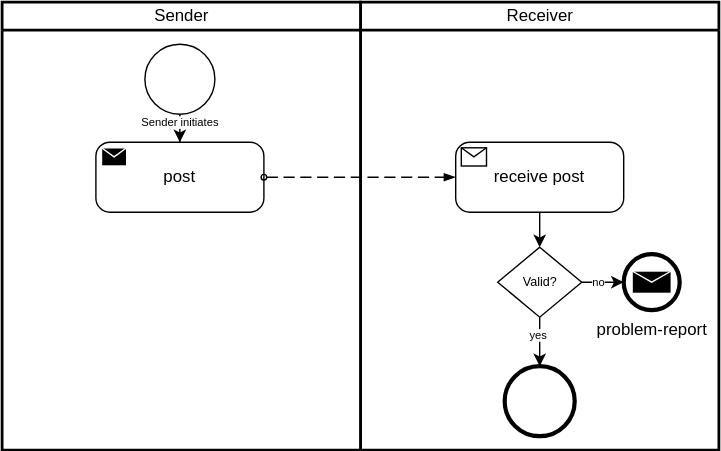
iotaledger/identity.rs keeps this draw.io diagram as documentation/static/img/didcomm/post.drawio.svg. Above is the earlier version. Source tidied: cells renumbered, new cells last; positions are measured from the earlier drawing's top-left corner, leaving out a move shared by most shapes.
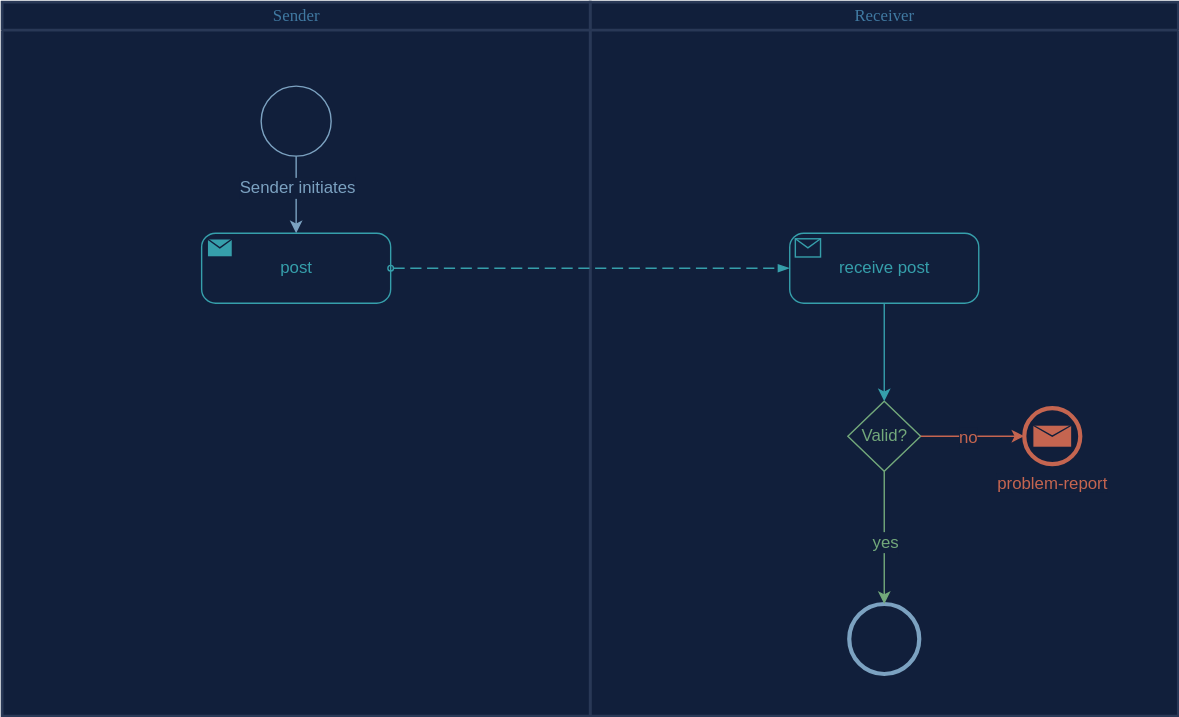
The same diagram one commit later.

Change to the diagram source:
```diff
@@ -2,69 +2,104 @@
   <root>
     <mxCell id="0" />
     <mxCell id="1" parent="0" />
+    <mxCell id="17" style="dashed=1;dashPattern=8 4;endArrow=blockThin;endFill=1;startArrow=oval;startFill=0;endSize=6;startSize=4;entryX=0;entryY=0.5;entryDx=0;entryDy=0;entryPerimeter=0;exitX=1;exitY=0.5;exitDx=0;exitDy=0;exitPerimeter=0;" parent="1" edge="1" target="x">
+      <mxGeometry relative="1" as="geometry">
+        <mxPoint x="187" y="125" as="sourcePoint" />
+      </mxGeometry>
+    </mxCell>
-    <mxCell id="2" value="Receiver" style="swimlane;html=1;startSize=20;fontStyle=0;horizontal=1;swimlaneLine=1;strokeWidth=2;swimlaneFillColor=#ffffff;" parent="1" vertex="1">
-      <mxGeometry x="256" width="256" height="320" as="geometry" />
+    <mxCell id="2" value="Receiver" style="swimlane;html=1;startSize=20;fontStyle=0;horizontal=1;swimlaneLine=1;strokeWidth=2;swimlaneFillColor=#111F3B;fillColor=#111F3B;strokeColor=#293856;fontColor=#4079A1;fontFamily=Tahoma;" parent="1" vertex="1">
+      <mxGeometry x="-464" width="420" height="510" as="geometry" />
     </mxCell>
-    <mxCell id="3" style="edgeStyle=orthogonalEdgeStyle;rounded=0;jettySize=auto;html=1;" parent="2" edge="1" source="4" target="7">
-      <mxGeometry relative="1" as="geometry">
-        <Array as="points">
-          <mxPoint x="128" y="160" />
-          <mxPoint x="128" y="160" />
-        </Array>
-      </mxGeometry>
-    </mxCell>
+    <mxCell id="18" style="edgeStyle=orthogonalEdgeStyle;rounded=0;orthogonalLoop=1;jettySize=auto;html=1;fontSize=8;entryX=0.5;entryY=0;entryDx=0;entryDy=0;entryPerimeter=0;strokeColor=#369FAB;" parent="2" edge="1">
+      <mxGeometry relative="1" as="geometry">
+        <mxPoint x="210.5" y="421.4" as="sourcePoint" />
+      </mxGeometry>
+    </mxCell>
+    <mxCell id="19" style="edgeStyle=orthogonalEdgeStyle;rounded=0;orthogonalLoop=1;jettySize=auto;html=1;exitX=0.5;exitY=1;exitDx=0;exitDy=0;exitPerimeter=0;strokeColor=#73A97B;" parent="2" edge="1">
+      <mxGeometry relative="1" as="geometry">
+        <mxPoint x="210.5" y="570" as="sourcePoint" />
+      </mxGeometry>
+    </mxCell>
+    <mxCell id="20" value="yes" style="edgeLabel;html=1;align=center;verticalAlign=middle;fontSize=12;fontColor=#73A97B;labelBackgroundColor=#111F3B;fontFamily=Tahoma;" parent="19" vertex="1">
+      <mxGeometry x="0.51" relative="1" as="geometry">
+        <mxPoint y="-17" as="offset" />
+      </mxGeometry>
+    </mxCell>
+    <mxCell id="21" style="points=[[0.145,0.145,0],[0.5,0,0],[0.855,0.145,0],[1,0.5,0],[0.855,0.855,0],[0.5,1,0],[0.145,0.855,0],[0,0.5,0]];shape=mxgraph.bpmn.event;html=1;verticalLabelPosition=bottom;labelBackgroundColor=#ffffff;verticalAlign=top;align=center;perimeter=ellipsePerimeter;outlineConnect=0;outline=end;symbol=terminate2;strokeColor=#7CA2C1;fillColor=#111F3B;fontFamily=Helvetica;" parent="2" vertex="1">
+      <mxGeometry x="185" y="429.8" width="50" height="50" as="geometry" />
+    </mxCell>
-    <mxCell id="4" value="receive post" style="points=[[0.25,0,0],[0.5,0,0],[0.75,0,0],[1,0.25,0],[1,0.5,0],[1,0.75,0],[0.75,1,0],[0.5,1,0],[0.25,1,0],[0,0.75,0],[0,0.5,0],[0,0.25,0]];shape=mxgraph.bpmn.task;whiteSpace=wrap;rectStyle=rounded;size=10;taskMarker=receive;" parent="2" vertex="1">
-      <mxGeometry x="68" y="100" width="120" height="50" as="geometry" />
+    <mxCell id="4" value="receive post" style="points=[[0.25,0,0],[0.5,0,0],[0.75,0,0],[1,0.25,0],[1,0.5,0],[1,0.75,0],[0.75,1,0],[0.5,1,0],[0.25,1,0],[0,0.75,0],[0,0.5,0],[0,0.25,0]];shape=mxgraph.bpmn.task;whiteSpace=wrap;rectStyle=rounded;size=10;taskMarker=receive;strokeColor=#369FAB;fillColor=#111F3B;fontColor=#369FAB;fontFamily=Helvetica;" parent="2" vertex="1">
+      <mxGeometry x="142.5" y="165" width="135" height="50" as="geometry" />
     </mxCell>
-    <mxCell id="5" style="edgeStyle=orthogonalEdgeStyle;rounded=0;jettySize=auto;html=1;fontSize=8;exitX=0.5;exitY=1;exitDx=0;exitDy=0;exitPerimeter=0;entryX=0.5;entryY=0;entryDx=0;entryDy=0;entryPerimeter=0;" parent="2" edge="1" source="7" target="8">
-      <mxGeometry relative="1" as="geometry" />
-    </mxCell>
-    <mxCell id="6" value="yes&amp;nbsp;" style="edgeLabel;html=1;align=center;verticalAlign=middle;fontSize=8;" parent="5" vertex="1">
-      <mxGeometry x="0.15" y="-1" relative="1" as="geometry">
-        <mxPoint x="1" y="-7" as="offset" />
-      </mxGeometry>
-    </mxCell>
+    <mxCell id="11" value="problem-report" style="points=[[0.145,0.145,0],[0.5,0,0],[0.855,0.145,0],[1,0.5,0],[0.855,0.855,0],[0.5,1,0],[0.145,0.855,0],[0,0.5,0]];shape=mxgraph.bpmn.event;html=1;verticalLabelPosition=bottom;labelBackgroundColor=#111F3B;verticalAlign=top;align=center;perimeter=ellipsePerimeter;outlineConnect=0;outline=end;symbol=message;fillColor=#111F3B;strokeColor=#C56550;fontColor=#C56550;fontFamily=Helvetica;" parent="2" vertex="1">
+      <mxGeometry x="310" y="290" width="40" height="40" as="geometry" />
+    </mxCell>
-    <mxCell id="7" value="Valid?" style="points=[[0.25,0.25,0],[0.5,0,0],[0.75,0.25,0],[1,0.5,0],[0.75,0.75,0],[0.5,1,0],[0.25,0.75,0],[0,0.5,0]];shape=mxgraph.bpmn.gateway2;html=1;verticalLabelPosition=middle;labelBackgroundColor=#ffffff;verticalAlign=middle;align=center;perimeter=rhombusPerimeter;outlineConnect=0;outline=none;symbol=none;fillColor=#ffffff;labelPosition=center;fontSize=9;" parent="2" vertex="1">
-      <mxGeometry x="98" y="175" width="60" height="50" as="geometry" />
+    <mxCell id="7" value="&lt;font style=&quot;font-size: 12px;&quot;&gt;Valid?&lt;/font&gt;" style="points=[[0.25,0.25,0],[0.5,0,0],[0.75,0.25,0],[1,0.5,0],[0.75,0.75,0],[0.5,1,0],[0.25,0.75,0],[0,0.5,0]];shape=mxgraph.bpmn.gateway2;html=1;verticalLabelPosition=middle;labelBackgroundColor=#111F3B;verticalAlign=middle;align=center;perimeter=rhombusPerimeter;outlineConnect=0;outline=none;symbol=none;fillColor=#111F3B;labelPosition=center;fontSize=9;strokeColor=#73A97B;fontColor=#73A97B;fontFamily=Helvetica;" parent="2" vertex="1">
+      <mxGeometry x="184" y="285" width="52" height="50" as="geometry" />
     </mxCell>
-    <mxCell id="8" style="points=[[0.145,0.145,0],[0.5,0,0],[0.855,0.145,0],[1,0.5,0],[0.855,0.855,0],[0.5,1,0],[0.145,0.855,0],[0,0.5,0]];shape=mxgraph.bpmn.event;html=1;verticalLabelPosition=bottom;labelBackgroundColor=#ffffff;verticalAlign=top;align=center;perimeter=ellipsePerimeter;outlineConnect=0;outline=end;symbol=terminate2;" parent="2" vertex="1">
-      <mxGeometry x="103" y="260" width="50" height="50" as="geometry" />
-    </mxCell>
+    <mxCell id="22" style="edgeStyle=orthogonalEdgeStyle;rounded=0;jettySize=auto;html=1;strokeColor=#73A97B;entryX=0.5;entryY=0;entryDx=0;entryDy=0;entryPerimeter=0;fontFamily=Helvetica;fontSize=12;exitX=0.5;exitY=1;exitDx=0;exitDy=0;exitPerimeter=0;" parent="2" edge="1" source="7" target="21">
+      <mxGeometry relative="1" as="geometry" />
+    </mxCell>
+    <mxCell id="23" value="yes" style="edgeLabel;html=1;align=center;verticalAlign=middle;fontSize=12;fontColor=#73A97B;labelBackgroundColor=#111F3B;fontFamily=Helvetica;" parent="22" vertex="1">
+      <mxGeometry x="0.49" y="1" relative="1" as="geometry">
+        <mxPoint x="-1" y="-21" as="offset" />
+      </mxGeometry>
+    </mxCell>
-    <mxCell id="9" style="edgeStyle=orthogonalEdgeStyle;rounded=0;jettySize=auto;html=1;entryX=0;entryY=0.5;entryDx=0;entryDy=0;entryPerimeter=0;exitX=1;exitY=0.5;exitDx=0;exitDy=0;exitPerimeter=0;" parent="2" edge="1" source="7" target="11">
+    <mxCell id="9" style="edgeStyle=orthogonalEdgeStyle;rounded=0;jettySize=auto;html=1;entryX=0;entryY=0.5;entryDx=0;entryDy=0;entryPerimeter=0;exitX=1;exitY=0.5;exitDx=0;exitDy=0;exitPerimeter=0;fontColor=#C56550;strokeColor=#C56550;fontFamily=Helvetica;fontSize=12;" parent="2" edge="1" source="7" target="11">
       <mxGeometry relative="1" as="geometry">
         <Array as="points">
-          <mxPoint x="170" y="200" />
-          <mxPoint x="170" y="200" />
+          <mxPoint x="290" y="310" />
+          <mxPoint x="290" y="310" />
         </Array>
       </mxGeometry>
     </mxCell>
-    <mxCell id="10" value="no" style="edgeLabel;html=1;align=center;verticalAlign=middle;fontSize=8;" parent="9" vertex="1">
-      <mxGeometry x="-0.93" y="2" relative="1" as="geometry">
-        <mxPoint x="11" y="2" as="offset" />
+    <mxCell id="10" value="no" style="edgeLabel;html=1;align=center;verticalAlign=middle;fontSize=12;labelBackgroundColor=#111F3B;fontColor=#C56550;fontFamily=Helvetica;" parent="9" vertex="1">
+      <mxGeometry x="-0.75" relative="1" as="geometry">
+        <mxPoint x="24" as="offset" />
       </mxGeometry>
     </mxCell>
-    <mxCell id="11" value="problem-report" style="points=[[0.145,0.145,0],[0.5,0,0],[0.855,0.145,0],[1,0.5,0],[0.855,0.855,0],[0.5,1,0],[0.145,0.855,0],[0,0.5,0]];shape=mxgraph.bpmn.event;html=1;verticalLabelPosition=bottom;labelBackgroundColor=#ffffff;verticalAlign=top;align=center;perimeter=ellipsePerimeter;outlineConnect=0;outline=end;symbol=message;fillColor=#ffffff;" parent="2" vertex="1">
-      <mxGeometry x="188" y="180" width="40" height="40" as="geometry" />
-    </mxCell>
+    <mxCell id="3" style="edgeStyle=orthogonalEdgeStyle;rounded=0;jettySize=auto;html=1;strokeColor=#369FAB;entryX=0.5;entryY=0;entryDx=0;entryDy=0;entryPerimeter=0;fontFamily=Helvetica;exitX=0.5;exitY=1;exitDx=0;exitDy=0;exitPerimeter=0;" parent="2" edge="1" source="4" target="7">
+      <mxGeometry relative="1" as="geometry" />
+    </mxCell>
-    <mxCell id="12" value="Sender" style="swimlane;html=1;startSize=20;fontStyle=0;horizontal=1;swimlaneLine=1;strokeWidth=2;swimlaneFillColor=#ffffff;" parent="1" vertex="1">
-      <mxGeometry width="256" height="320" as="geometry" />
+    <mxCell id="12" value="Sender" style="swimlane;html=1;startSize=20;fontStyle=0;horizontal=1;swimlaneLine=1;strokeWidth=2;swimlaneFillColor=#111F3B;fillColor=#111F3B;strokeColor=#293856;fontColor=#4079A1;fontFamily=Tahoma;" parent="1" vertex="1">
+      <mxGeometry x="-884" width="420" height="510" as="geometry" />
     </mxCell>
+    <mxCell id="24" style="edgeStyle=orthogonalEdgeStyle;rounded=0;orthogonalLoop=1;jettySize=auto;html=1;fontSize=8;entryX=0.5;entryY=0;entryDx=0;entryDy=0;entryPerimeter=0;strokeColor=#369FAB;fontFamily=Helvetica;" parent="12" edge="1">
+      <mxGeometry relative="1" as="geometry">
+        <mxPoint x="210.5" y="421.4" as="sourcePoint" />
+      </mxGeometry>
+    </mxCell>
+    <mxCell id="25" style="edgeStyle=orthogonalEdgeStyle;rounded=0;orthogonalLoop=1;jettySize=auto;html=1;exitX=0.5;exitY=1;exitDx=0;exitDy=0;exitPerimeter=0;strokeColor=#73A97B;fontFamily=Helvetica;" parent="12" edge="1">
+      <mxGeometry relative="1" as="geometry">
+        <mxPoint x="210.5" y="570" as="sourcePoint" />
+      </mxGeometry>
+    </mxCell>
+    <mxCell id="26" value="yes" style="edgeLabel;html=1;align=center;verticalAlign=middle;fontSize=12;fontColor=#73A97B;labelBackgroundColor=#111F3B;fontFamily=Tahoma;" parent="25" vertex="1">
+      <mxGeometry x="0.51" relative="1" as="geometry">
+        <mxPoint y="-17" as="offset" />
+      </mxGeometry>
+    </mxCell>
+    <mxCell id="27" style="points=[[0.145,0.145,0],[0.5,0,0],[0.855,0.145,0],[1,0.5,0],[0.855,0.855,0],[0.5,1,0],[0.145,0.855,0],[0,0.5,0]];shape=mxgraph.bpmn.event;html=1;verticalLabelPosition=bottom;labelBackgroundColor=#ffffff;verticalAlign=top;align=center;perimeter=ellipsePerimeter;outlineConnect=0;outline=standard;symbol=general;fillColor=#111F3B;strokeColor=#7CA2C1;fontFamily=Helvetica;" parent="12" vertex="1">
+      <mxGeometry x="185" y="60" width="50" height="50" as="geometry" />
+    </mxCell>
+    <mxCell id="28" style="dashed=1;dashPattern=8 4;endArrow=blockThin;endFill=1;startArrow=oval;startFill=0;endSize=6;startSize=4;entryX=0;entryY=0.5;entryDx=0;entryDy=0;entryPerimeter=0;exitX=1;exitY=0.5;exitDx=0;exitDy=0;exitPerimeter=0;fontColor=#369FAB;strokeColor=#369FAB;" parent="1" edge="1" target="x">
+      <mxGeometry relative="1" as="geometry">
+        <mxPoint x="210" y="505" as="sourcePoint" />
+      </mxGeometry>
+    </mxCell>
+    <mxCell id="29" style="rounded=0;jettySize=auto;html=1;fontColor=#7CA2C1;strokeColor=#7CA2C1;fontFamily=Helvetica;exitX=0.5;exitY=1;exitDx=0;exitDy=0;exitPerimeter=0;" parent="1" edge="1" source="27" target="13">
+      <mxGeometry relative="1" as="geometry" />
+    </mxCell>
+    <mxCell id="15" value="Sender initiates" style="edgeLabel;html=1;align=center;verticalAlign=middle;fontSize=12;fontColor=#7CA2C1;labelBackgroundColor=#111F3B;fontFamily=Helvetica;" parent="29" vertex="1">
+      <mxGeometry x="0.1" relative="1" as="geometry">
+        <mxPoint y="-8" as="offset" />
+      </mxGeometry>
+    </mxCell>
-    <mxCell id="13" value="post" style="points=[[0.25,0,0],[0.5,0,0],[0.75,0,0],[1,0.25,0],[1,0.5,0],[1,0.75,0],[0.75,1,0],[0.5,1,0],[0.25,1,0],[0,0.75,0],[0,0.5,0],[0,0.25,0]];shape=mxgraph.bpmn.task;whiteSpace=wrap;rectStyle=rounded;size=10;taskMarker=send;" parent="12" vertex="1">
-      <mxGeometry x="67" y="100" width="120" height="50" as="geometry" />
+    <mxCell id="13" value="post" style="points=[[0.25,0,0],[0.5,0,0],[0.75,0,0],[1,0.25,0],[1,0.5,0],[1,0.75,0],[0.75,1,0],[0.5,1,0],[0.25,1,0],[0,0.75,0],[0,0.5,0],[0,0.25,0]];shape=mxgraph.bpmn.task;whiteSpace=wrap;rectStyle=rounded;size=10;taskMarker=send;strokeColor=#369FAB;fillColor=#111F3B;fontColor=#369FAB;fontFamily=Helvetica;" parent="1" vertex="1">
+      <mxGeometry x="-741.5" y="165" width="135" height="50" as="geometry" />
     </mxCell>
-    <mxCell id="14" style="edgeStyle=orthogonalEdgeStyle;rounded=0;jettySize=auto;html=1;" parent="12" edge="1" source="16" target="13">
-      <mxGeometry relative="1" as="geometry" />
-    </mxCell>
-    <mxCell id="15" value="Sender initiates" style="edgeLabel;html=1;align=center;verticalAlign=middle;fontSize=8;" parent="14" vertex="1">
-      <mxGeometry x="0.1" relative="1" as="geometry">
-        <mxPoint y="-1" as="offset" />
-      </mxGeometry>
-    </mxCell>
-    <mxCell id="16" style="points=[[0.145,0.145,0],[0.5,0,0],[0.855,0.145,0],[1,0.5,0],[0.855,0.855,0],[0.5,1,0],[0.145,0.855,0],[0,0.5,0]];shape=mxgraph.bpmn.event;html=1;verticalLabelPosition=bottom;labelBackgroundColor=#ffffff;verticalAlign=top;align=center;perimeter=ellipsePerimeter;outlineConnect=0;outline=standard;symbol=general;" parent="12" vertex="1">
-      <mxGeometry x="102" y="30" width="50" height="50" as="geometry" />
-    </mxCell>
-    <mxCell id="17" style="dashed=1;dashPattern=8 4;endArrow=blockThin;endFill=1;startArrow=oval;startFill=0;endSize=6;startSize=4;entryX=0;entryY=0.5;entryDx=0;entryDy=0;entryPerimeter=0;exitX=1;exitY=0.5;exitDx=0;exitDy=0;exitPerimeter=0;" parent="1" edge="1" source="13" target="4">
-      <mxGeometry relative="1" as="geometry" />
-    </mxCell>
+    <mxCell id="30" style="dashed=1;dashPattern=8 4;endArrow=blockThin;endFill=1;startArrow=oval;startFill=0;endSize=6;startSize=4;entryX=0;entryY=0.5;entryDx=0;entryDy=0;entryPerimeter=0;exitX=1;exitY=0.5;exitDx=0;exitDy=0;exitPerimeter=0;strokeColor=#369FAB;rounded=0;fontFamily=Helvetica;" parent="1" edge="1" source="13" target="4">
+      <mxGeometry relative="1" as="geometry" />
+    </mxCell>
   </root>
 </mxGraphModel>
```
